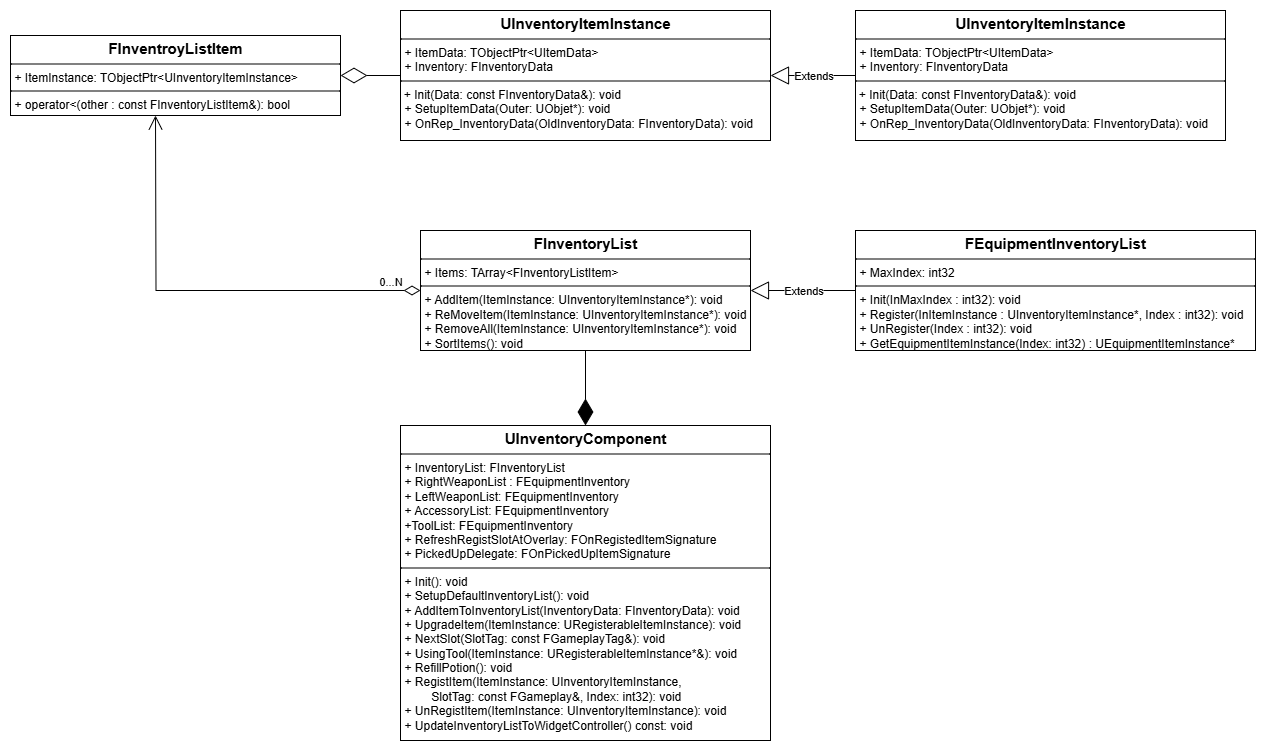
This is Images/InventoryComponentClassDiagram.png from jhness99/SoulLike, a draw.io export, as it was before one commit. Source tidied: cells renumbered, new cells last; positions are measured from the earlier drawing's top-left corner, leaving out a move shared by most shapes.
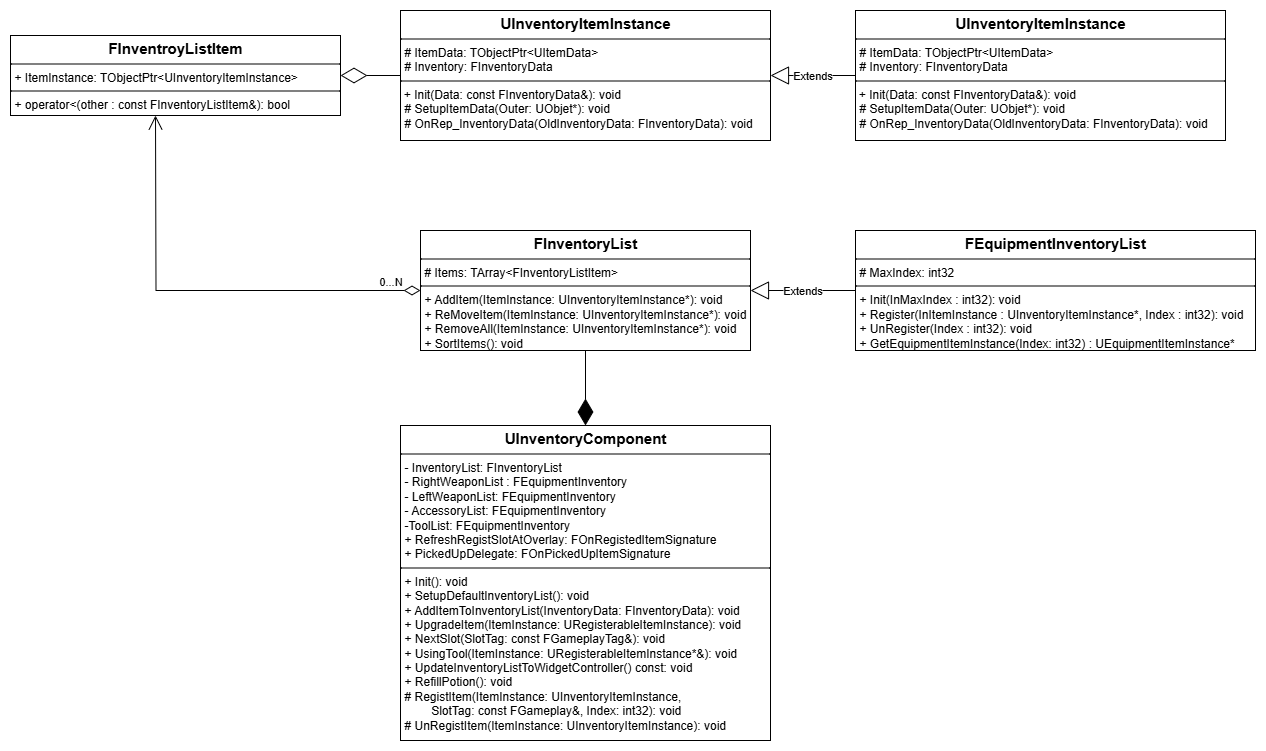
Later version of the same file.

The edit, as a diff of the source:
```diff
@@ -2,19 +2,19 @@
   <root>
     <mxCell id="0" />
     <mxCell id="1" parent="0" />
-    <mxCell id="2" value="&lt;p style=&quot;margin:0px;margin-top:4px;text-align:center;&quot;&gt;&lt;b&gt;&lt;font style=&quot;font-size: 15px;&quot;&gt;UInventoryComponent&lt;/font&gt;&lt;/b&gt;&lt;/p&gt;&lt;hr size=&quot;1&quot; style=&quot;border-style:solid;&quot;&gt;&lt;p style=&quot;margin:0px;margin-left:4px;&quot;&gt;&lt;span style=&quot;background-color: transparent; color: light-dark(rgb(0, 0, 0), rgb(255, 255, 255));&quot;&gt;+ InventoryList: FInventoryList&lt;/span&gt;&lt;/p&gt;&lt;p style=&quot;margin:0px;margin-left:4px;&quot;&gt;+ RightWeaponList : FEquipmentInventory&lt;/p&gt;&lt;p style=&quot;margin:0px;margin-left:4px;&quot;&gt;+ LeftWeaponList: FEquipmentInventory&lt;/p&gt;&lt;p style=&quot;margin:0px;margin-left:4px;&quot;&gt;+ AccessoryList: FEquipmentInventory&lt;/p&gt;&lt;p style=&quot;margin:0px;margin-left:4px;&quot;&gt;+ToolList: FEquipmentInventory&lt;/p&gt;&lt;p style=&quot;margin:0px;margin-left:4px;&quot;&gt;+ RefreshRegistSlotAtOverlay: FOnRegistedItemSignature&lt;/p&gt;&lt;p style=&quot;margin:0px;margin-left:4px;&quot;&gt;+ PickedUpDelegate: FOnPickedUpItemSignature&lt;/p&gt;&lt;hr size=&quot;1&quot; style=&quot;border-style:solid;&quot;&gt;&lt;p style=&quot;margin:0px;margin-left:4px;&quot;&gt;+ Init(): void&lt;/p&gt;&lt;p style=&quot;margin:0px;margin-left:4px;&quot;&gt;+ SetupDefaultInventoryList(): void&lt;/p&gt;&lt;p style=&quot;margin:0px;margin-left:4px;&quot;&gt;+ AddItemToInventoryList(InventoryData: FInventoryData): void&lt;/p&gt;&lt;p style=&quot;margin:0px;margin-left:4px;&quot;&gt;+ UpgradeItem(ItemInstance: URegisterableItemInstance): void&lt;/p&gt;&lt;p style=&quot;margin:0px;margin-left:4px;&quot;&gt;+ NextSlot(SlotTag: const FGameplayTag&amp;amp;): void&lt;/p&gt;&lt;p style=&quot;margin:0px;margin-left:4px;&quot;&gt;+ UsingTool(ItemInstance: URegisterableItemInstance*&amp;amp;): void&lt;/p&gt;&lt;p style=&quot;margin:0px;margin-left:4px;&quot;&gt;+ RefillPotion(): void&lt;/p&gt;&lt;p style=&quot;margin:0px;margin-left:4px;&quot;&gt;+ RegistItem(ItemInstance: UInventoryItemInstance,&lt;/p&gt;&lt;p style=&quot;margin:0px;margin-left:4px;&quot;&gt;&lt;span style=&quot;white-space: pre;&quot;&gt;&#9;&lt;/span&gt;SlotTag: const FGameplay&amp;amp;, Index: int32): void&lt;/p&gt;&lt;p style=&quot;margin:0px;margin-left:4px;&quot;&gt;+ UnRegistItem(ItemInstance: UInventoryItemInstance): void&lt;/p&gt;&lt;p style=&quot;margin:0px;margin-left:4px;&quot;&gt;+ UpdateInventoryListToWidgetController() const: void&lt;/p&gt;" style="verticalAlign=top;align=left;overflow=fill;html=1;whiteSpace=wrap;" parent="1" vertex="1">
+    <mxCell id="2" value="&lt;p style=&quot;margin:0px;margin-top:4px;text-align:center;&quot;&gt;&lt;b&gt;&lt;font style=&quot;font-size: 15px;&quot;&gt;UInventoryComponent&lt;/font&gt;&lt;/b&gt;&lt;/p&gt;&lt;hr size=&quot;1&quot; style=&quot;border-style:solid;&quot;&gt;&lt;p style=&quot;margin:0px;margin-left:4px;&quot;&gt;&lt;span style=&quot;background-color: transparent; color: light-dark(rgb(0, 0, 0), rgb(255, 255, 255));&quot;&gt;- InventoryList: FInventoryList&lt;/span&gt;&lt;/p&gt;&lt;p style=&quot;margin:0px;margin-left:4px;&quot;&gt;&lt;span style=&quot;background-color: transparent; color: light-dark(rgb(0, 0, 0), rgb(255, 255, 255));&quot;&gt;-&lt;/span&gt;&amp;nbsp;RightWeaponList : FEquipmentInventory&lt;/p&gt;&lt;p style=&quot;margin:0px;margin-left:4px;&quot;&gt;&lt;span style=&quot;background-color: transparent; color: light-dark(rgb(0, 0, 0), rgb(255, 255, 255));&quot;&gt;-&lt;/span&gt;&amp;nbsp;LeftWeaponList: FEquipmentInventory&lt;/p&gt;&lt;p style=&quot;margin:0px;margin-left:4px;&quot;&gt;&lt;span style=&quot;background-color: transparent; color: light-dark(rgb(0, 0, 0), rgb(255, 255, 255));&quot;&gt;-&lt;/span&gt;&amp;nbsp;AccessoryList: FEquipmentInventory&lt;/p&gt;&lt;p style=&quot;margin:0px;margin-left:4px;&quot;&gt;&lt;span style=&quot;background-color: transparent; color: light-dark(rgb(0, 0, 0), rgb(255, 255, 255));&quot;&gt;-&lt;/span&gt;ToolList: FEquipmentInventory&lt;/p&gt;&lt;p style=&quot;margin:0px;margin-left:4px;&quot;&gt;+ RefreshRegistSlotAtOverlay: FOnRegistedItemSignature&lt;/p&gt;&lt;p style=&quot;margin:0px;margin-left:4px;&quot;&gt;+ PickedUpDelegate: FOnPickedUpItemSignature&lt;/p&gt;&lt;hr size=&quot;1&quot; style=&quot;border-style:solid;&quot;&gt;&lt;p style=&quot;margin:0px;margin-left:4px;&quot;&gt;+ Init(): void&lt;/p&gt;&lt;p style=&quot;margin:0px;margin-left:4px;&quot;&gt;+ SetupDefaultInventoryList(): void&lt;/p&gt;&lt;p style=&quot;margin:0px;margin-left:4px;&quot;&gt;+ AddItemToInventoryList(InventoryData: FInventoryData): void&lt;/p&gt;&lt;p style=&quot;margin:0px;margin-left:4px;&quot;&gt;+ UpgradeItem(ItemInstance: URegisterableItemInstance): void&lt;/p&gt;&lt;p style=&quot;margin:0px;margin-left:4px;&quot;&gt;+ NextSlot(SlotTag: const FGameplayTag&amp;amp;): void&lt;/p&gt;&lt;p style=&quot;margin:0px;margin-left:4px;&quot;&gt;+ UsingTool(ItemInstance: URegisterableItemInstance*&amp;amp;): void&lt;/p&gt;&lt;p style=&quot;margin:0px;margin-left:4px;&quot;&gt;+ UpdateInventoryListToWidgetController() const: void&lt;/p&gt;&lt;p style=&quot;margin:0px;margin-left:4px;&quot;&gt;+ RefillPotion(): void&lt;/p&gt;&lt;p style=&quot;margin:0px;margin-left:4px;&quot;&gt;# RegistItem(ItemInstance: UInventoryItemInstance,&lt;/p&gt;&lt;p style=&quot;margin:0px;margin-left:4px;&quot;&gt;&lt;span style=&quot;white-space: pre;&quot;&gt;&#9;&lt;/span&gt;SlotTag: const FGameplay&amp;amp;, Index: int32): void&lt;/p&gt;&lt;p style=&quot;margin:0px;margin-left:4px;&quot;&gt;# UnRegistItem(ItemInstance: UInventoryItemInstance): void&lt;/p&gt;&lt;p style=&quot;margin:0px;margin-left:4px;&quot;&gt;&lt;br&gt;&lt;/p&gt;" style="verticalAlign=top;align=left;overflow=fill;html=1;whiteSpace=wrap;" parent="1" vertex="1">
       <mxGeometry x="390" y="415" width="370" height="315" as="geometry" />
     </mxCell>
     <mxCell id="3" value="&lt;p style=&quot;margin:0px;margin-top:4px;text-align:center;&quot;&gt;&lt;b&gt;&lt;font style=&quot;font-size: 15px;&quot;&gt;FInventroyListItem&lt;/font&gt;&lt;/b&gt;&lt;/p&gt;&lt;hr size=&quot;1&quot; style=&quot;border-style:solid;&quot;&gt;&lt;p style=&quot;margin:0px;margin-left:4px;&quot;&gt;+ ItemInstance: TObjectPtr&amp;lt;UInventoryItemInstance&amp;gt;&lt;/p&gt;&lt;hr size=&quot;1&quot; style=&quot;border-style:solid;&quot;&gt;&lt;p style=&quot;margin:0px;margin-left:4px;&quot;&gt;+ operator&amp;lt;(other : const FInventoryListItem&amp;amp;): bool&lt;/p&gt;" style="verticalAlign=top;align=left;overflow=fill;html=1;whiteSpace=wrap;" parent="1" vertex="1">
       <mxGeometry y="25" width="330" height="80" as="geometry" />
     </mxCell>
-    <mxCell id="4" value="&lt;p style=&quot;margin:0px;margin-top:4px;text-align:center;&quot;&gt;&lt;b&gt;&lt;font style=&quot;font-size: 15px;&quot;&gt;FInventoryList&lt;/font&gt;&lt;/b&gt;&lt;/p&gt;&lt;hr size=&quot;1&quot; style=&quot;border-style:solid;&quot;&gt;&lt;p style=&quot;margin:0px;margin-left:4px;&quot;&gt;+ Items: TArray&amp;lt;FInventoryListItem&amp;gt;&lt;/p&gt;&lt;hr size=&quot;1&quot; style=&quot;border-style:solid;&quot;&gt;&lt;p style=&quot;margin:0px;margin-left:4px;&quot;&gt;+ AddItem(ItemInstance: UInventoryItemInstance*): void&lt;/p&gt;&lt;p style=&quot;margin:0px;margin-left:4px;&quot;&gt;+ ReMoveItem(&lt;span style=&quot;background-color: transparent; color: light-dark(rgb(0, 0, 0), rgb(255, 255, 255));&quot;&gt;ItemInstance: UInventoryItemInstance*&lt;/span&gt;&lt;span style=&quot;background-color: transparent; color: light-dark(rgb(0, 0, 0), rgb(255, 255, 255));&quot;&gt;): void&lt;/span&gt;&lt;/p&gt;&lt;p style=&quot;margin:0px;margin-left:4px;&quot;&gt;+ RemoveAll(&lt;span style=&quot;background-color: transparent; color: light-dark(rgb(0, 0, 0), rgb(255, 255, 255));&quot;&gt;ItemInstance: UInventoryItemInstance*&lt;/span&gt;&lt;span style=&quot;background-color: transparent; color: light-dark(rgb(0, 0, 0), rgb(255, 255, 255));&quot;&gt;): void&lt;/span&gt;&lt;/p&gt;&lt;p style=&quot;margin:0px;margin-left:4px;&quot;&gt;+ SortItems(): void&lt;/p&gt;" style="verticalAlign=top;align=left;overflow=fill;html=1;whiteSpace=wrap;" parent="1" vertex="1">
+    <mxCell id="4" value="&lt;p style=&quot;margin:0px;margin-top:4px;text-align:center;&quot;&gt;&lt;b&gt;&lt;font style=&quot;font-size: 15px;&quot;&gt;FInventoryList&lt;/font&gt;&lt;/b&gt;&lt;/p&gt;&lt;hr size=&quot;1&quot; style=&quot;border-style:solid;&quot;&gt;&lt;p style=&quot;margin:0px;margin-left:4px;&quot;&gt;# Items: TArray&amp;lt;FInventoryListItem&amp;gt;&lt;/p&gt;&lt;hr size=&quot;1&quot; style=&quot;border-style:solid;&quot;&gt;&lt;p style=&quot;margin:0px;margin-left:4px;&quot;&gt;+ AddItem(ItemInstance: UInventoryItemInstance*): void&lt;/p&gt;&lt;p style=&quot;margin:0px;margin-left:4px;&quot;&gt;+ ReMoveItem(&lt;span style=&quot;background-color: transparent; color: light-dark(rgb(0, 0, 0), rgb(255, 255, 255));&quot;&gt;ItemInstance: UInventoryItemInstance*&lt;/span&gt;&lt;span style=&quot;background-color: transparent; color: light-dark(rgb(0, 0, 0), rgb(255, 255, 255));&quot;&gt;): void&lt;/span&gt;&lt;/p&gt;&lt;p style=&quot;margin:0px;margin-left:4px;&quot;&gt;+ RemoveAll(&lt;span style=&quot;background-color: transparent; color: light-dark(rgb(0, 0, 0), rgb(255, 255, 255));&quot;&gt;ItemInstance: UInventoryItemInstance*&lt;/span&gt;&lt;span style=&quot;background-color: transparent; color: light-dark(rgb(0, 0, 0), rgb(255, 255, 255));&quot;&gt;): void&lt;/span&gt;&lt;/p&gt;&lt;p style=&quot;margin:0px;margin-left:4px;&quot;&gt;+ SortItems(): void&lt;/p&gt;" style="verticalAlign=top;align=left;overflow=fill;html=1;whiteSpace=wrap;" parent="1" vertex="1">
       <mxGeometry x="410" y="220" width="330" height="120" as="geometry" />
     </mxCell>
-    <mxCell id="5" value="&lt;p style=&quot;margin:0px;margin-top:4px;text-align:center;&quot;&gt;&lt;b&gt;&lt;font style=&quot;font-size: 15px;&quot;&gt;FEquipmentInventoryList&lt;/font&gt;&lt;/b&gt;&lt;/p&gt;&lt;hr size=&quot;1&quot; style=&quot;border-style:solid;&quot;&gt;&lt;p style=&quot;margin:0px;margin-left:4px;&quot;&gt;+ MaxIndex: int32&lt;/p&gt;&lt;hr size=&quot;1&quot; style=&quot;border-style:solid;&quot;&gt;&lt;p style=&quot;margin:0px;margin-left:4px;&quot;&gt;+ Init(InMaxIndex : int32): void&lt;/p&gt;&lt;p style=&quot;margin:0px;margin-left:4px;&quot;&gt;+ Register(InItemInstance : UInventoryItemInstance*, Index : int32): void&lt;/p&gt;&lt;p style=&quot;margin:0px;margin-left:4px;&quot;&gt;+ UnRegister(Index : int32): void&lt;/p&gt;&lt;p style=&quot;margin:0px;margin-left:4px;&quot;&gt;+ GetEquipmentItemInstance(Index: int32) : UEquipmentItemInstance*&lt;/p&gt;&lt;p style=&quot;margin:0px;margin-left:4px;&quot;&gt;&lt;br&gt;&lt;/p&gt;" style="verticalAlign=top;align=left;overflow=fill;html=1;whiteSpace=wrap;" parent="1" vertex="1">
+    <mxCell id="5" value="&lt;p style=&quot;margin:0px;margin-top:4px;text-align:center;&quot;&gt;&lt;b&gt;&lt;font style=&quot;font-size: 15px;&quot;&gt;FEquipmentInventoryList&lt;/font&gt;&lt;/b&gt;&lt;/p&gt;&lt;hr size=&quot;1&quot; style=&quot;border-style:solid;&quot;&gt;&lt;p style=&quot;margin:0px;margin-left:4px;&quot;&gt;# MaxIndex: int32&lt;/p&gt;&lt;hr size=&quot;1&quot; style=&quot;border-style:solid;&quot;&gt;&lt;p style=&quot;margin:0px;margin-left:4px;&quot;&gt;+ Init(InMaxIndex : int32): void&lt;/p&gt;&lt;p style=&quot;margin:0px;margin-left:4px;&quot;&gt;+ Register(InItemInstance : UInventoryItemInstance*, Index : int32): void&lt;/p&gt;&lt;p style=&quot;margin:0px;margin-left:4px;&quot;&gt;+ UnRegister(Index : int32): void&lt;/p&gt;&lt;p style=&quot;margin:0px;margin-left:4px;&quot;&gt;+ GetEquipmentItemInstance(Index: int32) : UEquipmentItemInstance*&lt;/p&gt;&lt;p style=&quot;margin:0px;margin-left:4px;&quot;&gt;&lt;br&gt;&lt;/p&gt;" style="verticalAlign=top;align=left;overflow=fill;html=1;whiteSpace=wrap;" parent="1" vertex="1">
       <mxGeometry x="845" y="220" width="400" height="120" as="geometry" />
     </mxCell>
-    <mxCell id="6" value="&lt;p style=&quot;margin:0px;margin-top:4px;text-align:center;&quot;&gt;&lt;b&gt;&lt;font style=&quot;font-size: 15px;&quot;&gt;UInventoryItemInstance&lt;/font&gt;&lt;/b&gt;&lt;/p&gt;&lt;hr size=&quot;1&quot; style=&quot;border-style:solid;&quot;&gt;&lt;p style=&quot;margin:0px;margin-left:4px;&quot;&gt;+ ItemData: TObjectPtr&amp;lt;UItemData&amp;gt;&lt;/p&gt;&lt;p style=&quot;margin:0px;margin-left:4px;&quot;&gt;+ Inventory: FInventoryData&lt;/p&gt;&lt;hr size=&quot;1&quot; style=&quot;border-style:solid;&quot;&gt;&amp;nbsp;+ Init(Data: const FInventoryData&amp;amp;): void&lt;br&gt;&lt;p style=&quot;margin:0px;margin-left:4px;&quot;&gt;+ SetupItemData(Outer: UObjet*): void&lt;/p&gt;&lt;p style=&quot;margin:0px;margin-left:4px;&quot;&gt;+ OnRep_InventoryData(OldInventoryData: FInventoryData): void&lt;/p&gt;" style="verticalAlign=top;align=left;overflow=fill;html=1;whiteSpace=wrap;" parent="1" vertex="1">
+    <mxCell id="6" value="&lt;p style=&quot;margin:0px;margin-top:4px;text-align:center;&quot;&gt;&lt;b&gt;&lt;font style=&quot;font-size: 15px;&quot;&gt;UInventoryItemInstance&lt;/font&gt;&lt;/b&gt;&lt;/p&gt;&lt;hr size=&quot;1&quot; style=&quot;border-style:solid;&quot;&gt;&lt;p style=&quot;margin:0px;margin-left:4px;&quot;&gt;# ItemData: TObjectPtr&amp;lt;UItemData&amp;gt;&lt;/p&gt;&lt;p style=&quot;margin:0px;margin-left:4px;&quot;&gt;# Inventory: FInventoryData&lt;/p&gt;&lt;hr size=&quot;1&quot; style=&quot;border-style:solid;&quot;&gt;&amp;nbsp;+ Init(Data: const FInventoryData&amp;amp;): void&lt;br&gt;&lt;p style=&quot;margin:0px;margin-left:4px;&quot;&gt;# SetupItemData(Outer: UObjet*): void&lt;/p&gt;&lt;p style=&quot;margin:0px;margin-left:4px;&quot;&gt;# OnRep_InventoryData(OldInventoryData: FInventoryData): void&lt;/p&gt;" style="verticalAlign=top;align=left;overflow=fill;html=1;whiteSpace=wrap;" parent="1" vertex="1">
       <mxGeometry x="390" width="370" height="130" as="geometry" />
     </mxCell>
     <mxCell id="7" style="endArrow=diamondThin;endFill=0;endSize=24;html=1;rounded=0;" parent="1" edge="1" source="6" target="3">
@@ -23,7 +23,7 @@
     <mxCell id="8" value="Extends" style="endArrow=block;endSize=16;endFill=0;html=1;rounded=0;" parent="1" edge="1" source="5" target="4">
       <mxGeometry relative="1" as="geometry" />
     </mxCell>
-    <mxCell id="9" value="&lt;p style=&quot;margin:0px;margin-top:4px;text-align:center;&quot;&gt;&lt;b&gt;&lt;font style=&quot;font-size: 15px;&quot;&gt;UInventoryItemInstance&lt;/font&gt;&lt;/b&gt;&lt;/p&gt;&lt;hr size=&quot;1&quot; style=&quot;border-style:solid;&quot;&gt;&lt;p style=&quot;margin:0px;margin-left:4px;&quot;&gt;+ ItemData: TObjectPtr&amp;lt;UItemData&amp;gt;&lt;/p&gt;&lt;p style=&quot;margin:0px;margin-left:4px;&quot;&gt;+ Inventory: FInventoryData&lt;/p&gt;&lt;hr size=&quot;1&quot; style=&quot;border-style:solid;&quot;&gt;&amp;nbsp;+ Init(Data: const FInventoryData&amp;amp;): void&lt;br&gt;&lt;p style=&quot;margin:0px;margin-left:4px;&quot;&gt;+ SetupItemData(Outer: UObjet*): void&lt;/p&gt;&lt;p style=&quot;margin:0px;margin-left:4px;&quot;&gt;+ OnRep_InventoryData(OldInventoryData: FInventoryData): void&lt;/p&gt;" style="verticalAlign=top;align=left;overflow=fill;html=1;whiteSpace=wrap;" parent="1" vertex="1">
+    <mxCell id="9" value="&lt;p style=&quot;margin:0px;margin-top:4px;text-align:center;&quot;&gt;&lt;b&gt;&lt;font style=&quot;font-size: 15px;&quot;&gt;UInventoryItemInstance&lt;/font&gt;&lt;/b&gt;&lt;/p&gt;&lt;hr size=&quot;1&quot; style=&quot;border-style:solid;&quot;&gt;&lt;p style=&quot;margin:0px;margin-left:4px;&quot;&gt;# ItemData: TObjectPtr&amp;lt;UItemData&amp;gt;&lt;/p&gt;&lt;p style=&quot;margin:0px;margin-left:4px;&quot;&gt;# Inventory: FInventoryData&lt;/p&gt;&lt;hr size=&quot;1&quot; style=&quot;border-style:solid;&quot;&gt;&amp;nbsp;+ Init(Data: const FInventoryData&amp;amp;): void&lt;br&gt;&lt;p style=&quot;margin:0px;margin-left:4px;&quot;&gt;# SetupItemData(Outer: UObjet*): void&lt;/p&gt;&lt;p style=&quot;margin:0px;margin-left:4px;&quot;&gt;# OnRep_InventoryData(OldInventoryData: FInventoryData): void&lt;/p&gt;" style="verticalAlign=top;align=left;overflow=fill;html=1;whiteSpace=wrap;" parent="1" vertex="1">
       <mxGeometry x="845" width="370" height="130" as="geometry" />
     </mxCell>
     <mxCell id="10" value="Extends" style="endArrow=block;endSize=16;endFill=0;html=1;rounded=0;" parent="1" edge="1" source="9" target="6">
```
